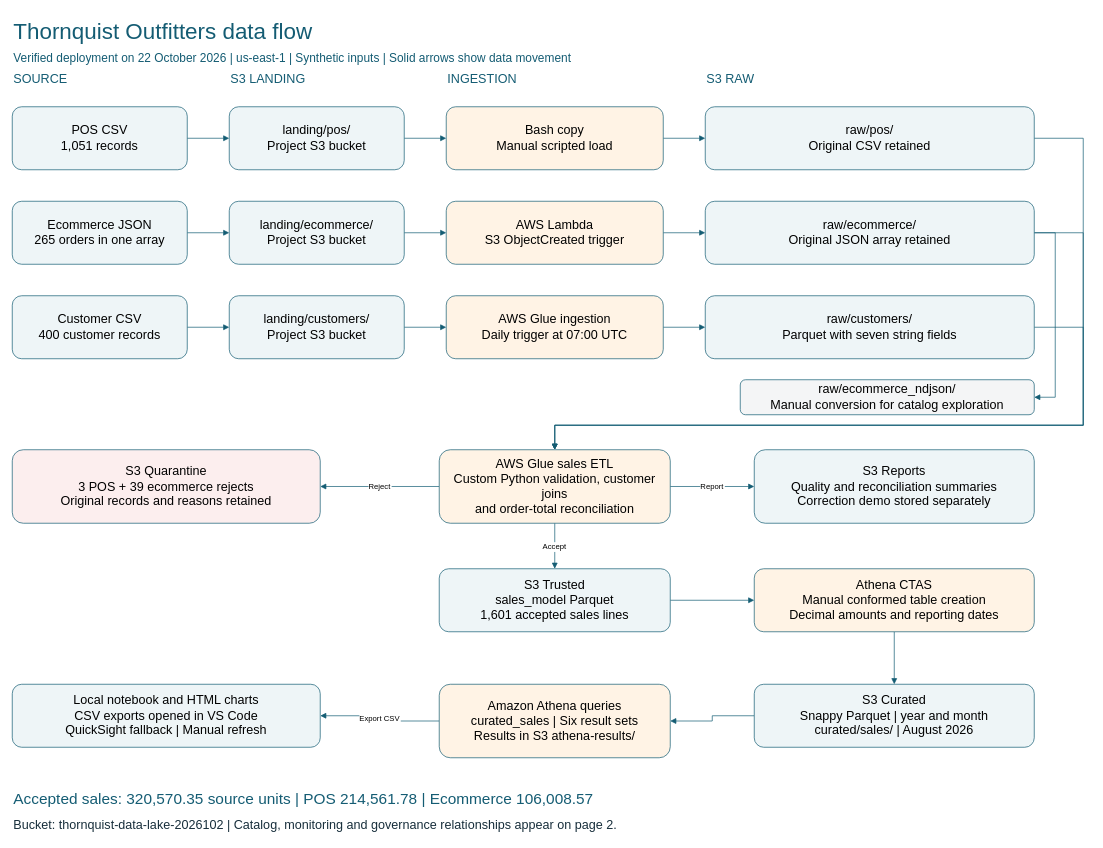
The draw.io diagram page "Data flow" (1 of 2) of architecture/Thornquist_Architecture.drawio in akinnirunseyi-web/thornquist-outfitters-data-lake, before the edit. Source tidied: cells renumbered, new cells numbered last; positions are measured from the earlier drawing's top-left corner, leaving out a move shared by most shapes. Both pictures are drawn from the tidied source at 70%, with x=0, y=0 at pixel (12, 12).
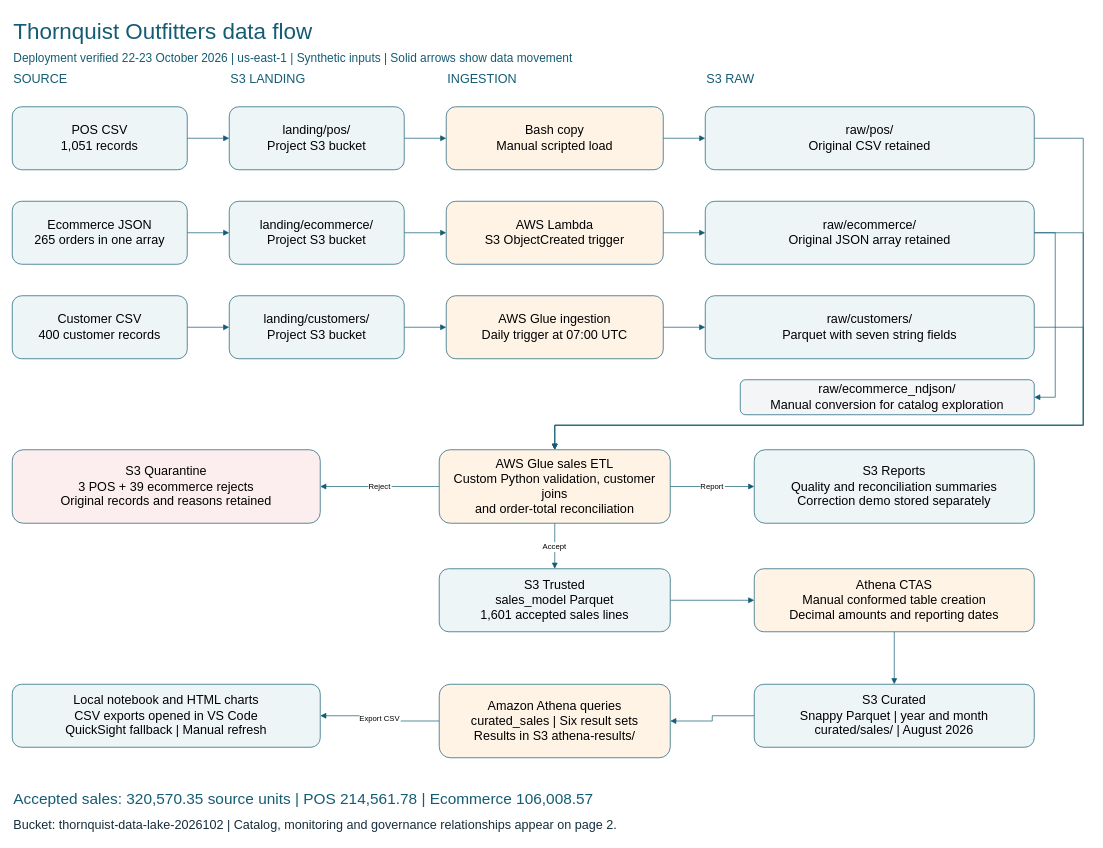
The same diagram, later.

The edit, as a diff of the source:
```diff
@@
-    <mxCell id="3" value="Verified deployment on 22 October 2026  |  us-east-1  |  Synthetic inputs  |  Solid arrows show data movement" style="text;html=0;align=left;fontSize=17;fontColor=#145c73;" parent="1" vertex="1">
+    <mxCell id="3" value="Deployment verified 22-23 October 2026  |  us-east-1  |  Synthetic inputs  |  Solid arrows show data movement" style="text;html=0;align=left;fontSize=17;fontColor=#145c73;" parent="1" vertex="1">
       <mxGeometry y="48" width="1520" height="40" as="geometry" />
     </mxCell>
```
